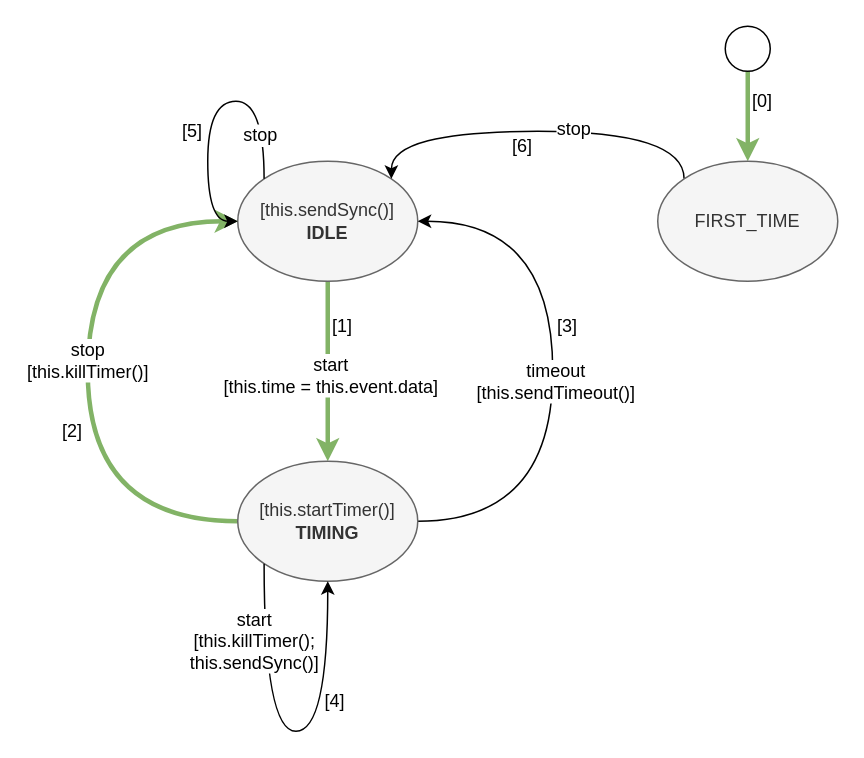
guitarvydas/ag-js-3 keeps this draw.io diagram as page "Transitions of Timer State Machine" (5 of 8) of drawing.drawio. Above is the earlier version. Source tidied: cells renumbered, new cells numbered last; positions are measured from the earlier drawing's top-left corner, leaving out a move shared by most shapes. Both pictures are drawn from the tidied source at 150%, with x=0, y=0 at pixel (57, 26).
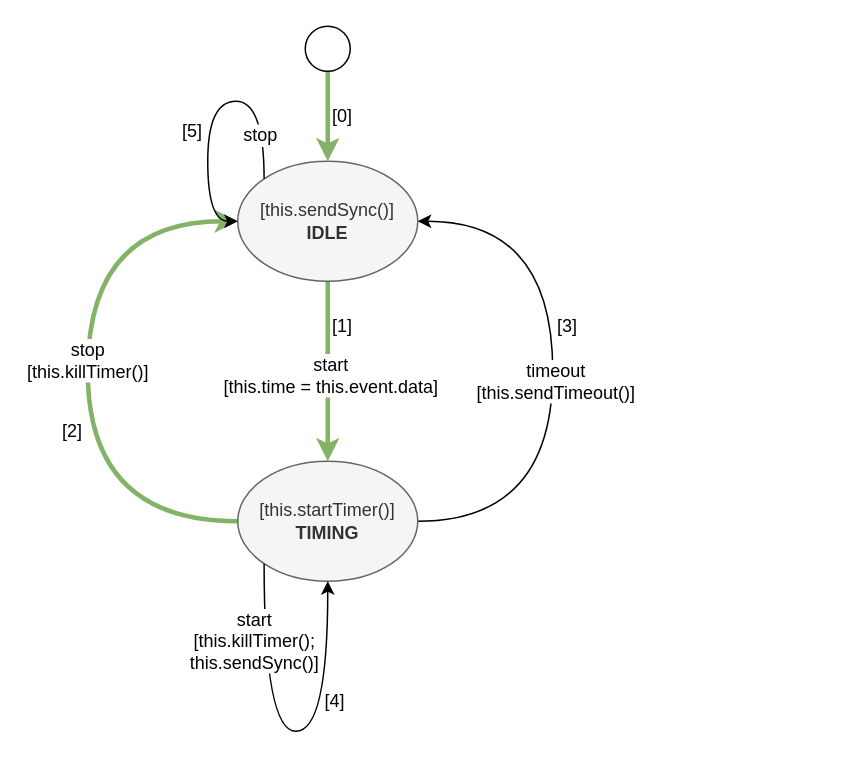
Above is the later version.

The change refers to these unchanged cells:
```xml
<mxCell id="4" value="[this.sendSync()]&lt;br&gt;&lt;b&gt;IDLE&lt;/b&gt;" style="ellipse;whiteSpace=wrap;html=1;fillColor=#f5f5f5;strokeColor=#666666;fontColor=#333333;" parent="1" vertex="1">
  <mxGeometry x="120" y="90" width="120" height="80" as="geometry" />
</mxCell>
```

Diff of the diagram source:
```diff
@@
     <mxCell id="14" value="[0]" style="text;html=1;strokeColor=none;fillColor=none;align=center;verticalAlign=middle;whiteSpace=wrap;rounded=0;" parent="1" vertex="1">
-      <mxGeometry x="460" y="40" width="20" height="20" as="geometry" />
+      <mxGeometry x="180" y="50" width="20" height="20" as="geometry" />
     </mxCell>
@@
-    <mxCell id="20" style="edgeStyle=orthogonalEdgeStyle;curved=1;jettySize=auto;html=1;fillColor=#d5e8d4;strokeColor=#82b366;strokeWidth=3;entryX=0.5;entryY=0;entryDx=0;entryDy=0;" parent="1" edge="1" source="21" target="24">
+    <mxCell id="20" style="edgeStyle=orthogonalEdgeStyle;curved=1;jettySize=auto;html=1;fillColor=#d5e8d4;strokeColor=#82b366;strokeWidth=3;entryX=0.5;entryY=0;entryDx=0;entryDy=0;" parent="1" edge="1" source="21" target="4">
       <mxGeometry relative="1" as="geometry" />
     </mxCell>
     <mxCell id="21" style="ellipse;whiteSpace=wrap;html=1;" parent="1" vertex="1">
-      <mxGeometry x="445" width="30" height="30" as="geometry" />
+      <mxGeometry x="165" width="30" height="30" as="geometry" />
     </mxCell>
-    <mxCell id="22" style="edgeStyle=orthogonalEdgeStyle;curved=1;jettySize=auto;html=1;exitX=0;exitY=0;exitDx=0;exitDy=0;entryX=1;entryY=0;entryDx=0;entryDy=0;strokeWidth=1;" parent="1" edge="1" source="24" target="4">
-      <mxGeometry relative="1" as="geometry">
-        <Array as="points">
-          <mxPoint x="418" y="70" />
-          <mxPoint x="222" y="70" />
-        </Array>
-      </mxGeometry>
-    </mxCell>
-    <mxCell id="23" value="stop" style="text;html=1;align=center;verticalAlign=middle;labelBackgroundColor=#ffffff;" parent="22" vertex="1">
-      <mxGeometry x="-0.18" y="-2" relative="1" as="geometry" />
-    </mxCell>
-    <mxCell id="24" value="FIRST_TIME" style="ellipse;whiteSpace=wrap;html=1;fillColor=#f5f5f5;strokeColor=#666666;fontColor=#333333;" parent="1" vertex="1">
-      <mxGeometry x="400" y="90" width="120" height="80" as="geometry" />
-    </mxCell>
-    <mxCell id="25" value="[6]" style="text;html=1;strokeColor=none;fillColor=none;align=center;verticalAlign=middle;whiteSpace=wrap;rounded=0;" parent="1" vertex="1">
-      <mxGeometry x="300" y="70" width="20" height="20" as="geometry" />
-    </mxCell>
```
